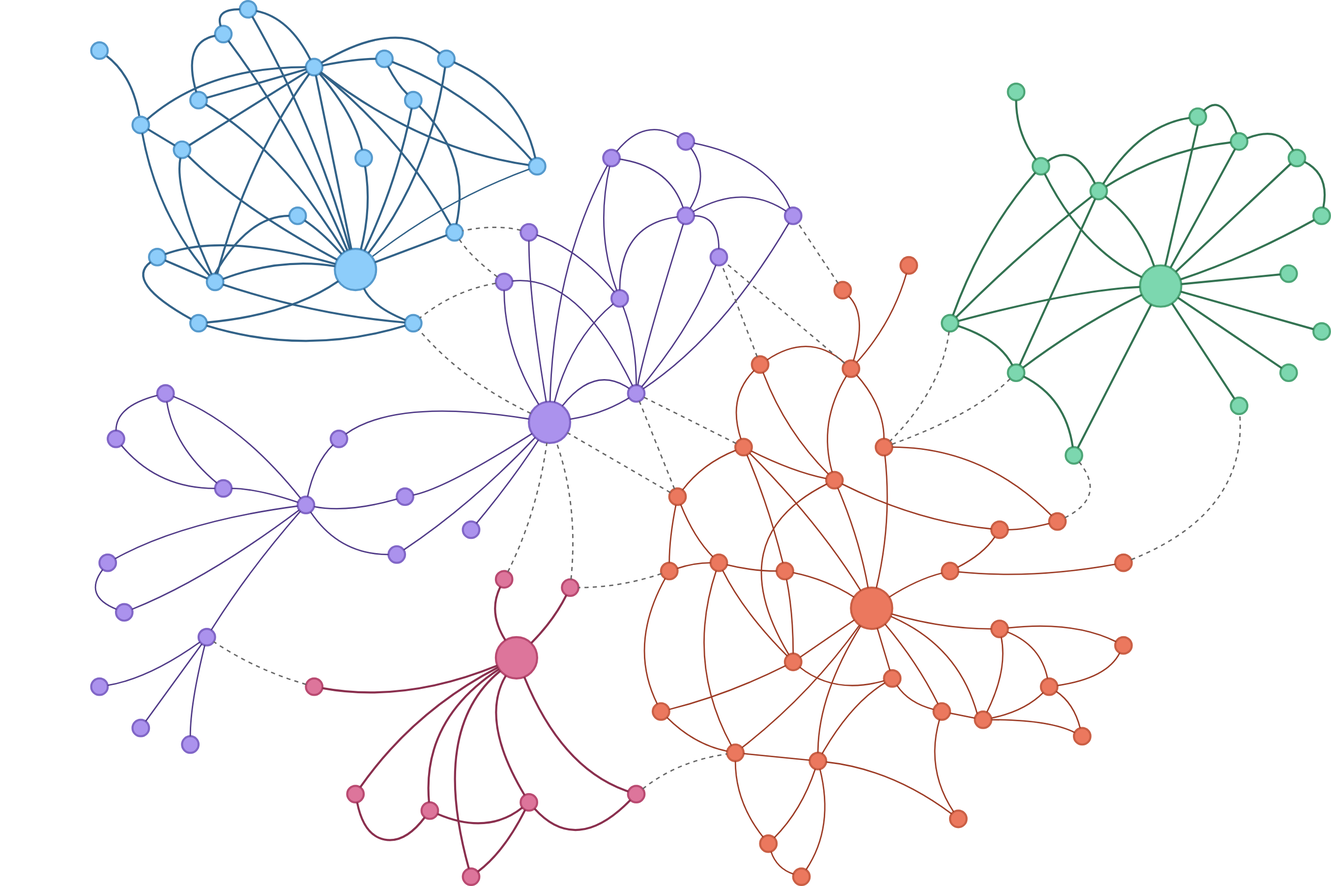
Before: docs/design/diagrams/templates/g2.drawio.svg, a diagram exported from draw.io (dxos/dxos). Source tidied: cells renumbered, new cells last; positions are measured from the earlier drawing's top-left corner, leaving out a move shared by most shapes.
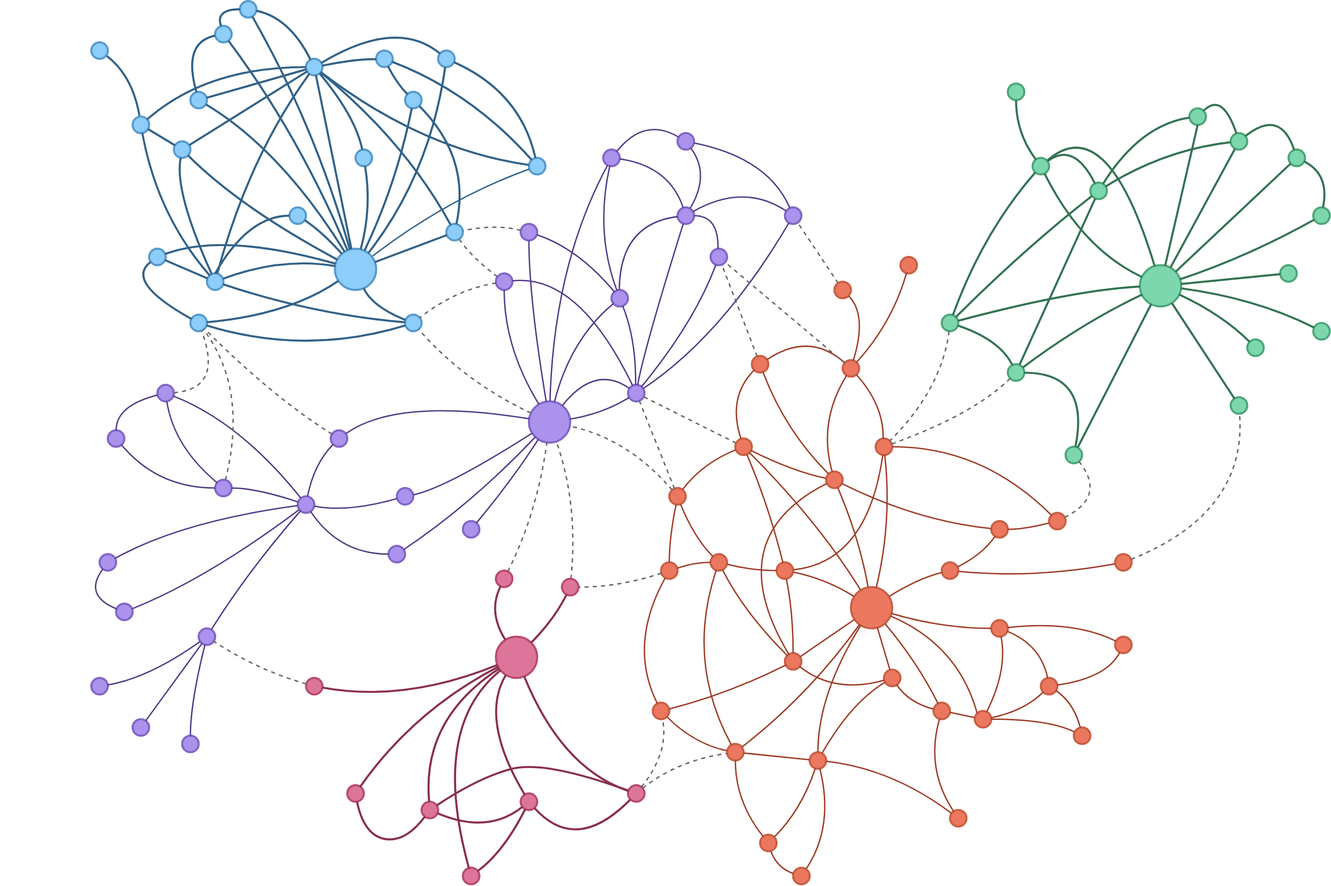
Above is the later version.

Change to the diagram source:
```diff
@@ -117,6 +117,14 @@
         </Array>
       </mxGeometry>
     </mxCell>
+    <mxCell id="295" style="edgeStyle=none;html=1;endArrow=none;endFill=0;rounded=0;curved=1;strokeWidth=3;fillColor=#B94A71;strokeColor=#8A2F4E;" parent="2" edge="1" source="6" target="9">
+      <mxGeometry relative="1" as="geometry">
+        <Array as="points">
+          <mxPoint x="252" y="300" />
+          <mxPoint x="348" y="276" />
+        </Array>
+      </mxGeometry>
+    </mxCell>
     <mxCell id="24" style="group;" parent="1" vertex="1">
       <mxGeometry x="1368" y="120" width="564" height="552" as="geometry" />
     </mxCell>
@@ -157,7 +165,7 @@
       <mxGeometry x="540" y="348" width="24" height="24" as="geometry" />
     </mxCell>
     <mxCell id="37" style="ellipse;whiteSpace=wrap;html=1;strokeWidth=3;labelBackgroundColor=none;rounded=0;fillColor=#7CD7AF;fontColor=#000000;strokeColor=#4DA677;" parent="24" vertex="1">
-      <mxGeometry x="492" y="408" width="24" height="24" as="geometry" />
+      <mxGeometry x="444" y="372" width="24" height="24" as="geometry" />
     </mxCell>
     <mxCell id="38" style="ellipse;whiteSpace=wrap;html=1;strokeWidth=3;labelBackgroundColor=none;rounded=0;fillColor=#7CD7AF;fontColor=#000000;strokeColor=#4DA677;" parent="24" vertex="1">
       <mxGeometry x="420" y="456" width="24" height="24" as="geometry" />
@@ -210,10 +218,10 @@
         </Array>
       </mxGeometry>
     </mxCell>
-    <mxCell id="47" style="edgeStyle=none;html=1;endArrow=none;endFill=0;rounded=0;curved=1;strokeWidth=3;fillColor=#4DA677;strokeColor=#337352;" parent="24" edge="1" source="25" target="29">
+    <mxCell id="47" style="edgeStyle=none;html=1;endArrow=none;endFill=0;rounded=0;curved=1;strokeWidth=3;fillColor=#4DA677;strokeColor=#337352;" parent="24" edge="1" source="25" target="26">
       <mxGeometry relative="1" as="geometry">
         <Array as="points">
-          <mxPoint x="288" y="204" />
+          <mxPoint x="240" y="36" />
         </Array>
       </mxGeometry>
     </mxCell>
@@ -264,7 +272,7 @@
     <mxCell id="56" style="edgeStyle=none;html=1;endArrow=none;endFill=0;rounded=0;curved=1;strokeWidth=3;fillColor=#4DA677;strokeColor=#337352;" parent="24" edge="1" source="33" target="32">
       <mxGeometry relative="1" as="geometry">
         <Array as="points">
-          <mxPoint x="492" y="60" />
+          <mxPoint x="492" y="36" />
         </Array>
       </mxGeometry>
     </mxCell>
@@ -281,7 +289,7 @@
     <mxCell id="59" style="edgeStyle=none;html=1;endArrow=none;endFill=0;rounded=0;curved=1;strokeWidth=3;fillColor=#4DA677;strokeColor=#337352;" parent="24" edge="1" source="39" target="30">
       <mxGeometry relative="1" as="geometry">
         <Array as="points">
-          <mxPoint x="180" y="456" />
+          <mxPoint x="216" y="420" />
         </Array>
       </mxGeometry>
     </mxCell>
@@ -292,10 +300,18 @@
       <mxGeometry relative="1" as="geometry" />
     </mxCell>
     <mxCell id="62" style="edgeStyle=none;html=1;endArrow=none;endFill=0;rounded=0;curved=1;strokeWidth=3;fillColor=#4DA677;strokeColor=#337352;" parent="24" edge="1" source="36" target="25">
-      <mxGeometry relative="1" as="geometry" />
+      <mxGeometry relative="1" as="geometry">
+        <Array as="points">
+          <mxPoint x="456" y="312" />
+        </Array>
+      </mxGeometry>
     </mxCell>
     <mxCell id="63" style="edgeStyle=none;html=1;endArrow=none;endFill=0;rounded=0;curved=1;strokeWidth=3;fillColor=#4DA677;strokeColor=#337352;" parent="24" edge="1" source="37" target="25">
-      <mxGeometry relative="1" as="geometry" />
+      <mxGeometry relative="1" as="geometry">
+        <Array as="points">
+          <mxPoint x="408" y="336" />
+        </Array>
+      </mxGeometry>
     </mxCell>
     <mxCell id="64" style="edgeStyle=none;html=1;endArrow=none;endFill=0;rounded=0;curved=1;strokeWidth=3;fillColor=#4DA677;strokeColor=#337352;" parent="24" edge="1" source="25" target="26">
       <mxGeometry relative="1" as="geometry">
@@ -763,6 +779,13 @@
         </Array>
       </mxGeometry>
     </mxCell>
+    <mxCell id="296" style="endArrow=none;html=1;rounded=0;curved=1;strokeWidth=2;fillColor=#CA5F45;strokeColor=#9D3C26;" parent="65" edge="1" source="73" target="71">
+      <mxGeometry relative="1" as="geometry">
+        <Array as="points">
+          <mxPoint x="312" y="444" />
+        </Array>
+      </mxGeometry>
+    </mxCell>
     <mxCell id="150" style="group;" parent="1" vertex="1">
       <mxGeometry width="792" height="516" as="geometry" />
     </mxCell>
@@ -1449,7 +1472,11 @@
       <mxGeometry relative="1" as="geometry" />
     </mxCell>
     <mxCell id="281" style="endArrow=none;html=1;rounded=0;curved=1;fillColor=#f5f5f5;strokeColor=#666666;strokeWidth=2;dashed=1;" parent="1" edge="1" source="69" target="211">
-      <mxGeometry relative="1" as="geometry" />
+      <mxGeometry relative="1" as="geometry">
+        <Array as="points">
+          <mxPoint x="912" y="636" />
+        </Array>
+      </mxGeometry>
     </mxCell>
     <mxCell id="282" style="endArrow=none;html=1;rounded=0;curved=1;fillColor=#f5f5f5;strokeColor=#666666;strokeWidth=2;dashed=1;" parent="1" edge="1" source="211" target="169">
       <mxGeometry relative="1" as="geometry">
@@ -1542,5 +1569,33 @@
         </Array>
       </mxGeometry>
     </mxCell>
+    <mxCell id="297" style="endArrow=none;html=1;rounded=0;curved=1;fillColor=#f5f5f5;strokeColor=#666666;strokeWidth=2;dashed=1;" parent="1" edge="1" source="9" target="74">
+      <mxGeometry relative="1" as="geometry">
+        <Array as="points">
+          <mxPoint x="972" y="1092" />
+        </Array>
+      </mxGeometry>
+    </mxCell>
+    <mxCell id="298" style="endArrow=none;html=1;rounded=0;curved=1;fillColor=#f5f5f5;strokeColor=#666666;strokeWidth=2;dashed=1;" parent="1" edge="1" source="213" target="159">
+      <mxGeometry relative="1" as="geometry">
+        <Array as="points">
+          <mxPoint x="360" y="564" />
+        </Array>
+      </mxGeometry>
+    </mxCell>
+    <mxCell id="299" style="endArrow=none;html=1;rounded=0;curved=1;fillColor=#f5f5f5;strokeColor=#666666;strokeWidth=2;dashed=1;" parent="1" edge="1" source="214" target="159">
+      <mxGeometry relative="1" as="geometry">
+        <Array as="points">
+          <mxPoint x="324" y="564" />
+        </Array>
+      </mxGeometry>
+    </mxCell>
+    <mxCell id="300" style="endArrow=none;html=1;rounded=0;curved=1;fillColor=#f5f5f5;strokeColor=#666666;strokeWidth=2;dashed=1;" parent="1" edge="1" source="212" target="159">
+      <mxGeometry relative="1" as="geometry">
+        <Array as="points">
+          <mxPoint x="396" y="576" />
+        </Array>
+      </mxGeometry>
+    </mxCell>
   </root>
 </mxGraphModel>
```
